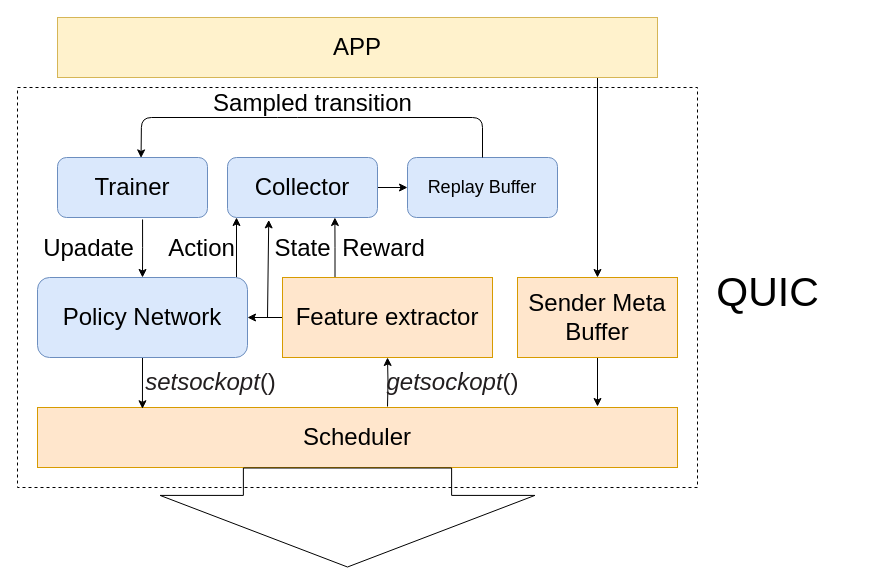
Above: page "Architecture" (1 of 3) of Copy of Architecture.drawio in I-am-Justice/QUIC-packet-scheduling (draw.io), before the change. Source tidied: cells renumbered, new cells numbered last; positions are measured from the earlier drawing's top-left corner, leaving out a move shared by most shapes. Both pictures are drawn from the tidied source at 100%, with x=0, y=0 at pixel (17, 17).
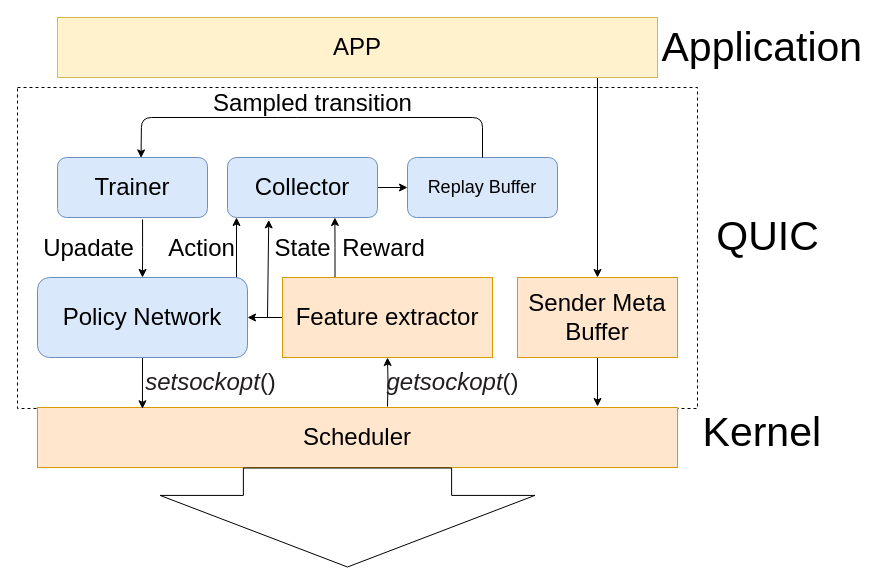
The same diagram, later.

What changed in the source:
```diff
@@
     <mxCell id="2" style="rounded=0;whiteSpace=wrap;html=1;dashed=1;gradientColor=none;fillColor=none;" parent="1" vertex="1">
-      <mxGeometry y="70" width="680" height="400" as="geometry" />
+      <mxGeometry y="70" width="680" height="321" as="geometry" />
     </mxCell>
@@
     <mxCell id="23" value="&lt;font style=&quot;font-size: 41px&quot;&gt;QUIC&lt;/font&gt;" style="text;html=1;align=center;verticalAlign=middle;" parent="1" vertex="1">
-      <mxGeometry x="690" y="260" width="120" height="30" as="geometry" />
+      <mxGeometry x="690" y="204" width="120" height="30" as="geometry" />
     </mxCell>
+    <mxCell id="31" value="&lt;span style=&quot;font-size: 41px&quot;&gt;Application&amp;nbsp;&lt;/span&gt;" style="text;html=1;align=center;verticalAlign=middle;" parent="1" vertex="1">
+      <mxGeometry x="639" y="16" width="222" height="28" as="geometry" />
+    </mxCell>
+    <mxCell id="32" value="&lt;span style=&quot;font-size: 41px&quot;&gt;Kernel&amp;nbsp;&lt;/span&gt;" style="text;html=1;align=center;verticalAlign=middle;" parent="1" vertex="1">
+      <mxGeometry x="680" y="401" width="140" height="28" as="geometry" />
+    </mxCell>
```
